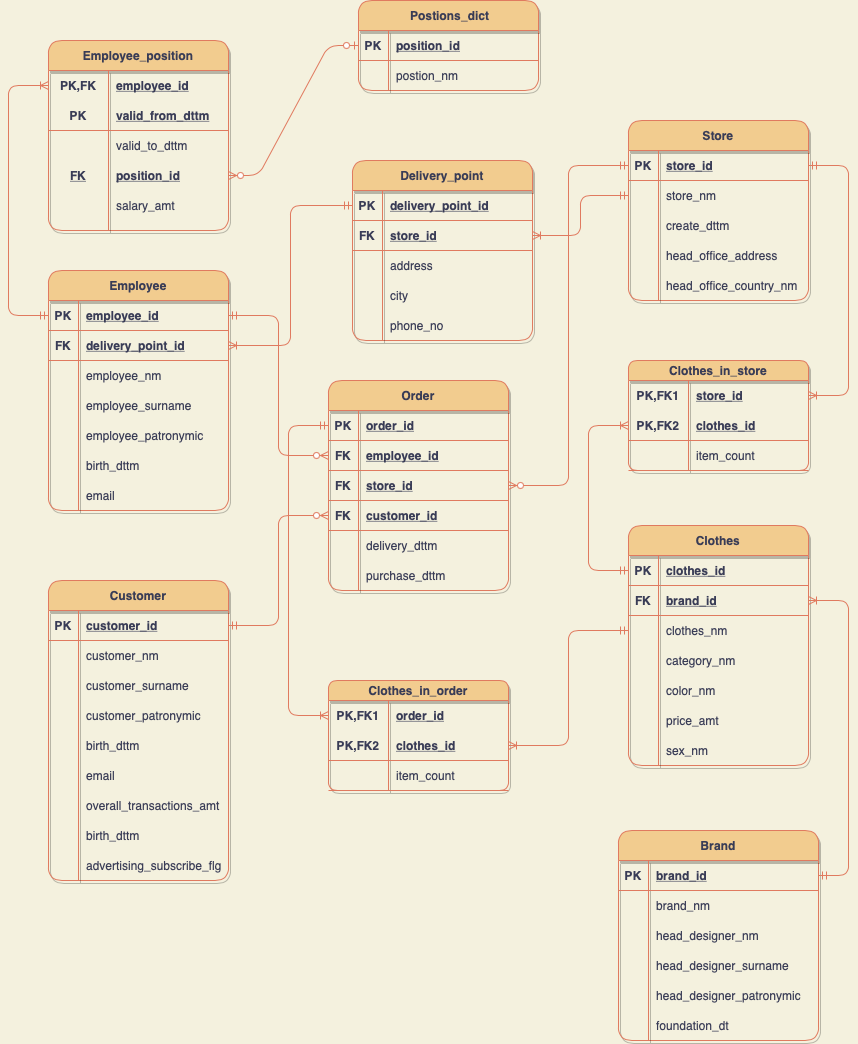
This is images/LogicalModel.png from werticell/DatabaseProject, a draw.io export, as it was before one commit. Source tidied: cells renumbered, new cells last; positions are measured from the earlier drawing's top-left corner, leaving out a move shared by most shapes.
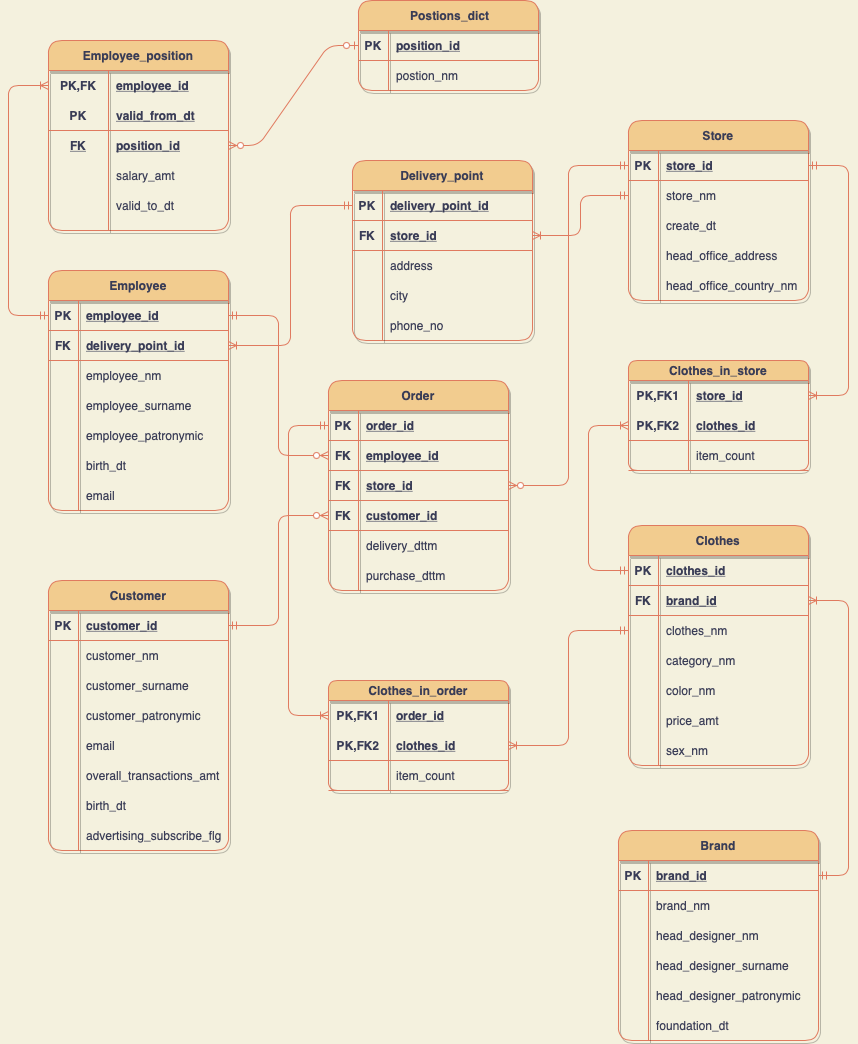
Later version of the same file.

Change to the diagram source:
```diff
@@ -113,7 +113,7 @@
     <mxCell id="38" style="shape=partialRectangle;fillColor=none;top=0;left=0;bottom=0;right=0;overflow=hidden;strokeColor=#E07A5F;fontColor=#393C56;rounded=1;" parent="37" vertex="1">
       <mxGeometry width="30" height="30" as="geometry" />
     </mxCell>
-    <mxCell id="39" value="birth_dttm" style="shape=partialRectangle;fillColor=none;top=0;left=0;bottom=0;right=0;align=left;spacingLeft=6;overflow=hidden;strokeColor=#E07A5F;fontColor=#393C56;rounded=1;" parent="37" vertex="1">
+    <mxCell id="39" value="birth_dt" style="shape=partialRectangle;fillColor=none;top=0;left=0;bottom=0;right=0;align=left;spacingLeft=6;overflow=hidden;strokeColor=#E07A5F;fontColor=#393C56;rounded=1;" parent="37" vertex="1">
       <mxGeometry x="30" width="150" height="30" as="geometry" />
     </mxCell>
     <mxCell id="40" style="shape=partialRectangle;fillColor=none;top=0;left=0;bottom=0;right=0;strokeColor=#E07A5F;fontColor=#393C56;rounded=1;" parent="21" vertex="1">
@@ -200,7 +200,7 @@
     <mxCell id="67" style="shape=partialRectangle;fillColor=none;top=0;left=0;bottom=0;right=0;overflow=hidden;strokeColor=#E07A5F;fontColor=#393C56;rounded=1;" parent="66" vertex="1">
       <mxGeometry width="30" height="30" as="geometry" />
     </mxCell>
-    <mxCell id="68" value="create_dttm" style="shape=partialRectangle;fillColor=none;top=0;left=0;bottom=0;right=0;align=left;spacingLeft=6;overflow=hidden;strokeColor=#E07A5F;fontColor=#393C56;rounded=1;" parent="66" vertex="1">
+    <mxCell id="68" value="create_dt" style="shape=partialRectangle;fillColor=none;top=0;left=0;bottom=0;right=0;align=left;spacingLeft=6;overflow=hidden;strokeColor=#E07A5F;fontColor=#393C56;rounded=1;" parent="66" vertex="1">
       <mxGeometry x="30" width="150" height="30" as="geometry" />
     </mxCell>
     <mxCell id="69" style="shape=partialRectangle;fillColor=none;top=0;left=0;bottom=0;right=0;strokeColor=#E07A5F;fontColor=#393C56;rounded=1;" parent="59" vertex="1">
@@ -222,7 +222,7 @@
       <mxGeometry x="30" width="150" height="30" as="geometry" />
     </mxCell>
     <mxCell id="75" value="Customer" style="shape=table;startSize=30;rowLines=0;fontStyle=1;align=center;fillColor=#F2CC8F;strokeColor=#E07A5F;fontColor=#393C56;rounded=1;shadow=1;" parent="1" vertex="1">
-      <mxGeometry x="40" y="580" width="180" height="300" as="geometry" />
+      <mxGeometry x="40" y="580" width="180" height="270" as="geometry" />
     </mxCell>
     <mxCell id="76" style="shape=partialRectangle;fillColor=none;top=0;left=0;bottom=1;right=0;points=[[0,0.5],[1,0.5]];portConstraint=eastwest;strokeColor=#E07A5F;fontColor=#393C56;rounded=1;" parent="75" vertex="1">
       <mxGeometry y="30" width="180" height="30" as="geometry" />
@@ -260,17 +260,8 @@
     <mxCell id="87" value="customer_patronymic" style="shape=partialRectangle;fillColor=none;top=0;left=0;bottom=0;right=0;align=left;spacingLeft=6;overflow=hidden;strokeColor=#E07A5F;fontColor=#393C56;rounded=1;" parent="85" vertex="1">
       <mxGeometry x="30" width="150" height="30" as="geometry" />
     </mxCell>
-    <mxCell id="88" style="shape=partialRectangle;fillColor=none;top=0;left=0;bottom=0;right=0;strokeColor=#E07A5F;fontColor=#393C56;rounded=1;" parent="75" vertex="1">
-      <mxGeometry y="150" width="180" height="30" as="geometry" />
-    </mxCell>
-    <mxCell id="89" style="shape=partialRectangle;fillColor=none;top=0;left=0;bottom=0;right=0;overflow=hidden;strokeColor=#E07A5F;fontColor=#393C56;rounded=1;" parent="88" vertex="1">
-      <mxGeometry width="30" height="30" as="geometry" />
-    </mxCell>
-    <mxCell id="90" value="birth_dttm" style="shape=partialRectangle;fillColor=none;top=0;left=0;bottom=0;right=0;align=left;spacingLeft=6;overflow=hidden;strokeColor=#E07A5F;fontColor=#393C56;rounded=1;" parent="88" vertex="1">
-      <mxGeometry x="30" width="150" height="30" as="geometry" />
-    </mxCell>
     <mxCell id="91" style="shape=partialRectangle;fillColor=none;top=0;left=0;bottom=0;right=0;strokeColor=#E07A5F;fontColor=#393C56;rounded=1;" parent="75" vertex="1">
-      <mxGeometry y="180" width="180" height="30" as="geometry" />
+      <mxGeometry y="150" width="180" height="30" as="geometry" />
     </mxCell>
     <mxCell id="92" style="shape=partialRectangle;fillColor=none;top=0;left=0;bottom=0;right=0;overflow=hidden;strokeColor=#E07A5F;fontColor=#393C56;rounded=1;" parent="91" vertex="1">
       <mxGeometry width="30" height="30" as="geometry" />
@@ -279,7 +270,7 @@
       <mxGeometry x="30" width="150" height="30" as="geometry" />
     </mxCell>
     <mxCell id="94" style="shape=partialRectangle;fillColor=none;top=0;left=0;bottom=0;right=0;strokeColor=#E07A5F;fontColor=#393C56;rounded=1;" parent="75" vertex="1">
-      <mxGeometry y="210" width="180" height="30" as="geometry" />
+      <mxGeometry y="180" width="180" height="30" as="geometry" />
     </mxCell>
     <mxCell id="95" style="shape=partialRectangle;fillColor=none;top=0;left=0;bottom=0;right=0;overflow=hidden;strokeColor=#E07A5F;fontColor=#393C56;rounded=1;" parent="94" vertex="1">
       <mxGeometry width="30" height="30" as="geometry" />
@@ -288,16 +279,16 @@
       <mxGeometry x="30" width="150" height="30" as="geometry" />
     </mxCell>
     <mxCell id="97" style="shape=partialRectangle;fillColor=none;top=0;left=0;bottom=0;right=0;strokeColor=#E07A5F;fontColor=#393C56;rounded=1;" parent="75" vertex="1">
-      <mxGeometry y="240" width="180" height="30" as="geometry" />
+      <mxGeometry y="210" width="180" height="30" as="geometry" />
     </mxCell>
     <mxCell id="98" style="shape=partialRectangle;fillColor=none;top=0;left=0;bottom=0;right=0;overflow=hidden;strokeColor=#E07A5F;fontColor=#393C56;rounded=1;" parent="97" vertex="1">
       <mxGeometry width="30" height="30" as="geometry" />
     </mxCell>
-    <mxCell id="99" value="birth_dttm" style="shape=partialRectangle;fillColor=none;top=0;left=0;bottom=0;right=0;align=left;spacingLeft=6;overflow=hidden;strokeColor=#E07A5F;fontColor=#393C56;rounded=1;" parent="97" vertex="1">
+    <mxCell id="99" value="birth_dt" style="shape=partialRectangle;fillColor=none;top=0;left=0;bottom=0;right=0;align=left;spacingLeft=6;overflow=hidden;strokeColor=#E07A5F;fontColor=#393C56;rounded=1;" parent="97" vertex="1">
       <mxGeometry x="30" width="150" height="30" as="geometry" />
     </mxCell>
     <mxCell id="100" style="shape=partialRectangle;fillColor=none;top=0;left=0;bottom=0;right=0;strokeColor=#E07A5F;fontColor=#393C56;rounded=1;" parent="75" vertex="1">
-      <mxGeometry y="270" width="180" height="30" as="geometry" />
+      <mxGeometry y="240" width="180" height="30" as="geometry" />
     </mxCell>
     <mxCell id="101" style="shape=partialRectangle;fillColor=none;top=0;left=0;bottom=0;right=0;overflow=hidden;strokeColor=#E07A5F;fontColor=#393C56;rounded=1;" parent="100" vertex="1">
       <mxGeometry width="30" height="30" as="geometry" />
@@ -556,20 +547,11 @@
     <mxCell id="179" value="PK" style="shape=partialRectangle;fillColor=none;top=0;left=0;bottom=0;right=0;fontStyle=1;overflow=hidden;strokeColor=#E07A5F;fontColor=#393C56;" parent="178" vertex="1">
       <mxGeometry width="60" height="30" as="geometry" />
     </mxCell>
-    <mxCell id="180" value="valid_from_dttm" style="shape=partialRectangle;fillColor=none;top=0;left=0;bottom=0;right=0;align=left;spacingLeft=6;fontStyle=5;overflow=hidden;strokeColor=#E07A5F;fontColor=#393C56;" parent="178" vertex="1">
+    <mxCell id="180" value="valid_from_dt" style="shape=partialRectangle;fillColor=none;top=0;left=0;bottom=0;right=0;align=left;spacingLeft=6;fontStyle=5;overflow=hidden;strokeColor=#E07A5F;fontColor=#393C56;" parent="178" vertex="1">
       <mxGeometry x="60" width="120" height="30" as="geometry" />
     </mxCell>
-    <mxCell id="181" style="shape=partialRectangle;fillColor=none;top=0;left=0;bottom=0;right=0;strokeColor=#E07A5F;fontColor=#393C56;" parent="174" vertex="1">
-      <mxGeometry y="90" width="180" height="30" as="geometry" />
-    </mxCell>
-    <mxCell id="182" style="shape=partialRectangle;fillColor=none;top=0;left=0;bottom=0;right=0;overflow=hidden;strokeColor=#E07A5F;fontColor=#393C56;" parent="181" vertex="1">
-      <mxGeometry width="60" height="30" as="geometry" />
-    </mxCell>
-    <mxCell id="183" value="valid_to_dttm" style="shape=partialRectangle;fillColor=none;top=0;left=0;bottom=0;right=0;align=left;spacingLeft=6;overflow=hidden;strokeColor=#E07A5F;fontColor=#393C56;" parent="181" vertex="1">
-      <mxGeometry x="60" width="120" height="30" as="geometry" />
-    </mxCell>
     <mxCell id="184" style="shape=partialRectangle;fillColor=none;top=0;left=0;bottom=0;right=0;points=[[0,0.5],[1,0.5]];portConstraint=eastwest;strokeColor=#E07A5F;fontColor=#393C56;" parent="174" vertex="1">
-      <mxGeometry y="120" width="180" height="30" as="geometry" />
+      <mxGeometry y="90" width="180" height="30" as="geometry" />
     </mxCell>
     <mxCell id="185" value="FK" style="shape=partialRectangle;fillColor=none;top=0;left=0;bottom=0;right=0;overflow=hidden;fontStyle=5;strokeColor=#E07A5F;fontColor=#393C56;" parent="184" vertex="1">
       <mxGeometry width="60" height="30" as="geometry" />
@@ -578,7 +560,7 @@
       <mxGeometry x="60" width="120" height="30" as="geometry" />
     </mxCell>
     <mxCell id="187" style="shape=partialRectangle;fillColor=none;top=0;left=0;bottom=0;right=0;strokeColor=#E07A5F;fontColor=#393C56;" parent="174" vertex="1">
-      <mxGeometry y="150" width="180" height="30" as="geometry" />
+      <mxGeometry y="120" width="180" height="30" as="geometry" />
     </mxCell>
     <mxCell id="188" style="shape=partialRectangle;fillColor=none;top=0;left=0;bottom=0;right=0;overflow=hidden;strokeColor=#E07A5F;fontColor=#393C56;" parent="187" vertex="1">
       <mxGeometry width="60" height="30" as="geometry" />
@@ -586,6 +568,15 @@
     <mxCell id="189" value="salary_amt" style="shape=partialRectangle;fillColor=none;top=0;left=0;bottom=0;right=0;align=left;spacingLeft=6;overflow=hidden;strokeColor=#E07A5F;fontColor=#393C56;" parent="187" vertex="1">
       <mxGeometry x="60" width="120" height="30" as="geometry" />
     </mxCell>
+    <mxCell id="199" style="shape=partialRectangle;fillColor=none;top=0;left=0;bottom=0;right=0;strokeColor=#E07A5F;fontColor=#393C56;" parent="174" vertex="1">
+      <mxGeometry y="150" width="180" height="30" as="geometry" />
+    </mxCell>
+    <mxCell id="182" style="shape=partialRectangle;fillColor=none;top=0;left=0;bottom=0;right=0;overflow=hidden;strokeColor=#E07A5F;fontColor=#393C56;" parent="199" vertex="1">
+      <mxGeometry width="60" height="30" as="geometry" />
+    </mxCell>
+    <mxCell id="200" value="valid_to_dt" style="shape=partialRectangle;fillColor=none;top=0;left=0;bottom=0;right=0;align=left;spacingLeft=6;overflow=hidden;strokeColor=#E07A5F;fontColor=#393C56;" parent="199" vertex="1">
+      <mxGeometry x="60" width="120" height="30" as="geometry" />
+    </mxCell>
     <mxCell id="190" style="fontSize=12;html=1;endArrow=ERoneToMany;startArrow=ERmandOne;strokeColor=#E07A5F;fillColor=#F2CC8F;exitX=0;exitY=0.5;exitDx=0;exitDy=0;entryX=0;entryY=0.5;entryDx=0;entryDy=0;edgeStyle=orthogonalEdgeStyle;labelBackgroundColor=#F4F1DE;fontColor=#393C56;" parent="1" edge="1" source="22" target="175">
       <mxGeometry relative="1" as="geometry">
         <Array as="points">
```
